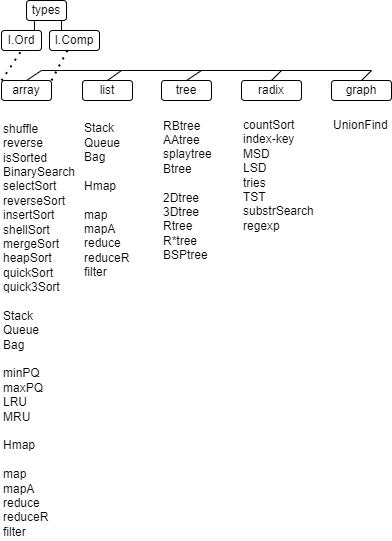
Earlier version of the draw.io export pics/algos.png (kselnaag/algos). Source tidied: cells renumbered, new cells last; positions are measured from the earlier drawing's top-left corner, leaving out a move shared by most shapes.
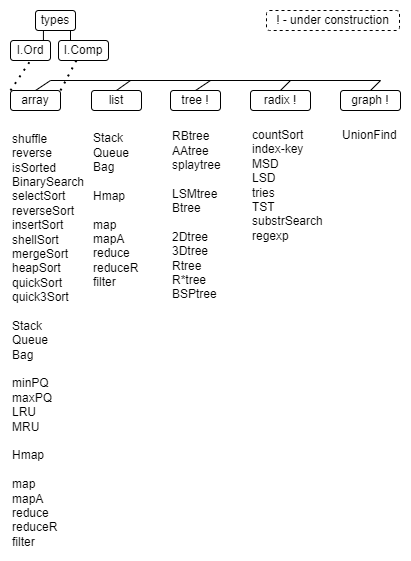
The same file after the commit.

Diff of the diagram source:
```diff
@@ -2,19 +2,22 @@
   <root>
     <mxCell id="0" />
     <mxCell id="1" parent="0" />
+    <mxCell id="25" style="rounded=0;whiteSpace=wrap;html=1;strokeColor=none;fillColor=none;" parent="1" vertex="1">
+      <mxGeometry x="-10" y="-10" width="410" height="560" as="geometry" />
+    </mxCell>
     <mxCell id="2" value="array" style="rounded=1;whiteSpace=wrap;html=1;fontColor=#000000;fillColor=none;strokeColor=#000000;" parent="1" vertex="1">
       <mxGeometry y="80" width="50" height="20" as="geometry" />
     </mxCell>
     <mxCell id="3" value="list" style="rounded=1;whiteSpace=wrap;html=1;fillColor=none;strokeColor=#000000;fontColor=#000000;" parent="1" vertex="1">
       <mxGeometry x="81" y="80" width="50" height="20" as="geometry" />
     </mxCell>
-    <mxCell id="4" value="radix" style="rounded=1;whiteSpace=wrap;html=1;fontColor=#000000;fillColor=none;strokeColor=#000000;" parent="1" vertex="1">
+    <mxCell id="4" value="radix !" style="rounded=1;whiteSpace=wrap;html=1;fontColor=#000000;fillColor=none;strokeColor=#000000;" parent="1" vertex="1">
       <mxGeometry x="240" y="80" width="60" height="20" as="geometry" />
     </mxCell>
-    <mxCell id="5" value="tree" style="rounded=1;whiteSpace=wrap;html=1;fontColor=#000000;fillColor=none;strokeColor=#000000;" parent="1" vertex="1">
+    <mxCell id="5" value="tree !" style="rounded=1;whiteSpace=wrap;html=1;fontColor=#000000;fillColor=none;strokeColor=#000000;" parent="1" vertex="1">
       <mxGeometry x="160" y="80" width="50" height="20" as="geometry" />
     </mxCell>
-    <mxCell id="6" value="graph" style="rounded=1;whiteSpace=wrap;html=1;fontColor=#000000;fillColor=none;strokeColor=#000000;" parent="1" vertex="1">
+    <mxCell id="6" value="graph !" style="rounded=1;whiteSpace=wrap;html=1;fontColor=#000000;fillColor=none;strokeColor=#000000;" parent="1" vertex="1">
       <mxGeometry x="330" y="80" width="60" height="20" as="geometry" />
     </mxCell>
     <mxCell id="7" value="shuffle&lt;br&gt;reverse&lt;br&gt;isSorted&lt;br&gt;BinarySearch&lt;br&gt;selectSort&lt;br&gt;reverseSort&lt;br&gt;insertSort&lt;br&gt;shellSort&lt;br&gt;mergeSort&lt;br&gt;heapSort&lt;br&gt;quickSort&lt;br&gt;quick3Sort&lt;br&gt;&lt;br&gt;Stack&lt;br&gt;Queue&lt;br&gt;Bag&lt;br&gt;&lt;br&gt;minPQ&lt;br&gt;maxPQ&lt;br&gt;LRU&lt;br&gt;MRU&lt;br&gt;&lt;br&gt;Hmap&lt;br&gt;&lt;br&gt;map&lt;br&gt;mapA&lt;br&gt;reduce&lt;br&gt;reduceR&lt;br&gt;filter" style="text;html=1;strokeColor=none;fillColor=none;align=left;verticalAlign=middle;whiteSpace=wrap;rounded=0;fontColor=#000000;" parent="1" vertex="1">
@@ -26,8 +29,8 @@
     <mxCell id="9" value="countSort&lt;br&gt;index-key&lt;br&gt;MSD&lt;br&gt;LSD&lt;br&gt;tries&lt;br&gt;TST&lt;br&gt;substrSearch&lt;br&gt;regexp&lt;br&gt;" style="text;html=1;strokeColor=none;fillColor=none;align=left;verticalAlign=middle;whiteSpace=wrap;rounded=0;fontColor=#000000;" parent="1" vertex="1">
       <mxGeometry x="240" y="120" width="80" height="110" as="geometry" />
     </mxCell>
-    <mxCell id="10" value="RBtree&lt;br&gt;AAtree&lt;br&gt;splaytree&lt;br&gt;Btree&lt;br&gt;&lt;br&gt;2Dtree&lt;br&gt;3Dtree&lt;br&gt;Rtree&lt;br&gt;R*tree&lt;br&gt;BSPtree" style="text;html=1;strokeColor=none;fillColor=none;align=left;verticalAlign=middle;whiteSpace=wrap;rounded=0;fontColor=#000000;" parent="1" vertex="1">
-      <mxGeometry x="160" y="120" width="60" height="140" as="geometry" />
+    <mxCell id="10" value="RBtree&lt;br&gt;AAtree&lt;br&gt;splaytree&lt;br&gt;&lt;br&gt;LSMtree&lt;br&gt;Btree&lt;br&gt;&lt;br&gt;2Dtree&lt;br&gt;3Dtree&lt;br&gt;Rtree&lt;br&gt;R*tree&lt;br&gt;BSPtree" style="text;html=1;strokeColor=none;fillColor=none;align=left;verticalAlign=middle;whiteSpace=wrap;rounded=0;fontColor=#000000;" parent="1" vertex="1">
+      <mxGeometry x="160" y="120" width="60" height="170" as="geometry" />
     </mxCell>
     <mxCell id="11" value="types" style="rounded=1;whiteSpace=wrap;html=1;fillColor=none;strokeColor=#000000;fontColor=#000000;" parent="1" vertex="1">
       <mxGeometry x="25" width="40" height="20" as="geometry" />
@@ -93,5 +96,8 @@
     <mxCell id="24" value="&lt;font color=&quot;#000000&quot;&gt;UnionFind&lt;/font&gt;" style="text;html=1;strokeColor=none;fillColor=none;align=left;verticalAlign=middle;whiteSpace=wrap;rounded=0;" parent="1" vertex="1">
       <mxGeometry x="330" y="120" width="60" height="10" as="geometry" />
     </mxCell>
+    <mxCell id="26" value="! - under construction" style="rounded=1;whiteSpace=wrap;html=1;fillColor=none;strokeColor=#000000;fontColor=#000000;dashed=1;" parent="1" vertex="1">
+      <mxGeometry x="256" width="133" height="20" as="geometry" />
+    </mxCell>
   </root>
 </mxGraphModel>
```
